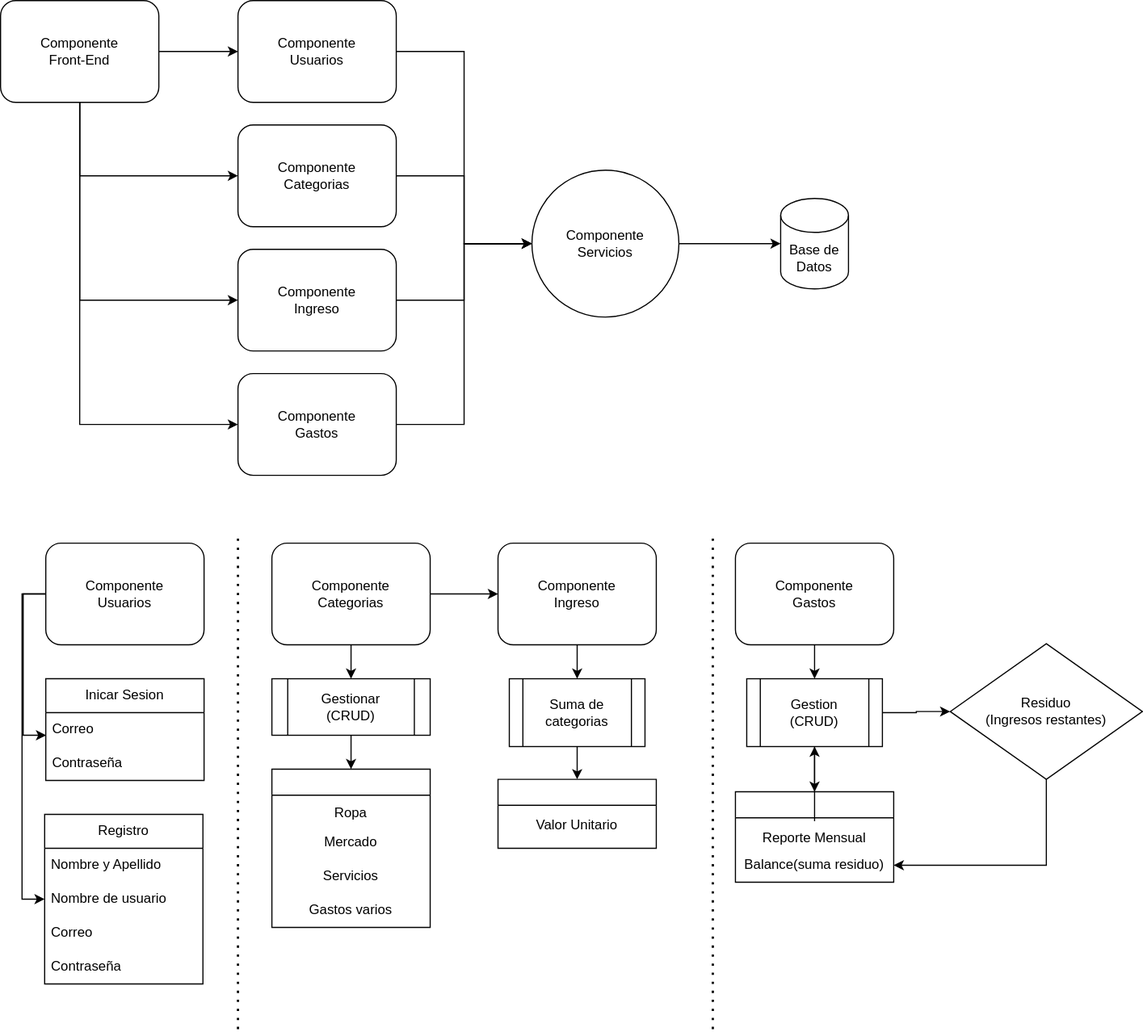
Earlier version of the draw.io export Aplicacion_gastos.drawio.svg (Manuekle/architecture). Source tidied: cells renumbered, new cells last; positions are measured from the earlier drawing's top-left corner, leaving out a move shared by most shapes.
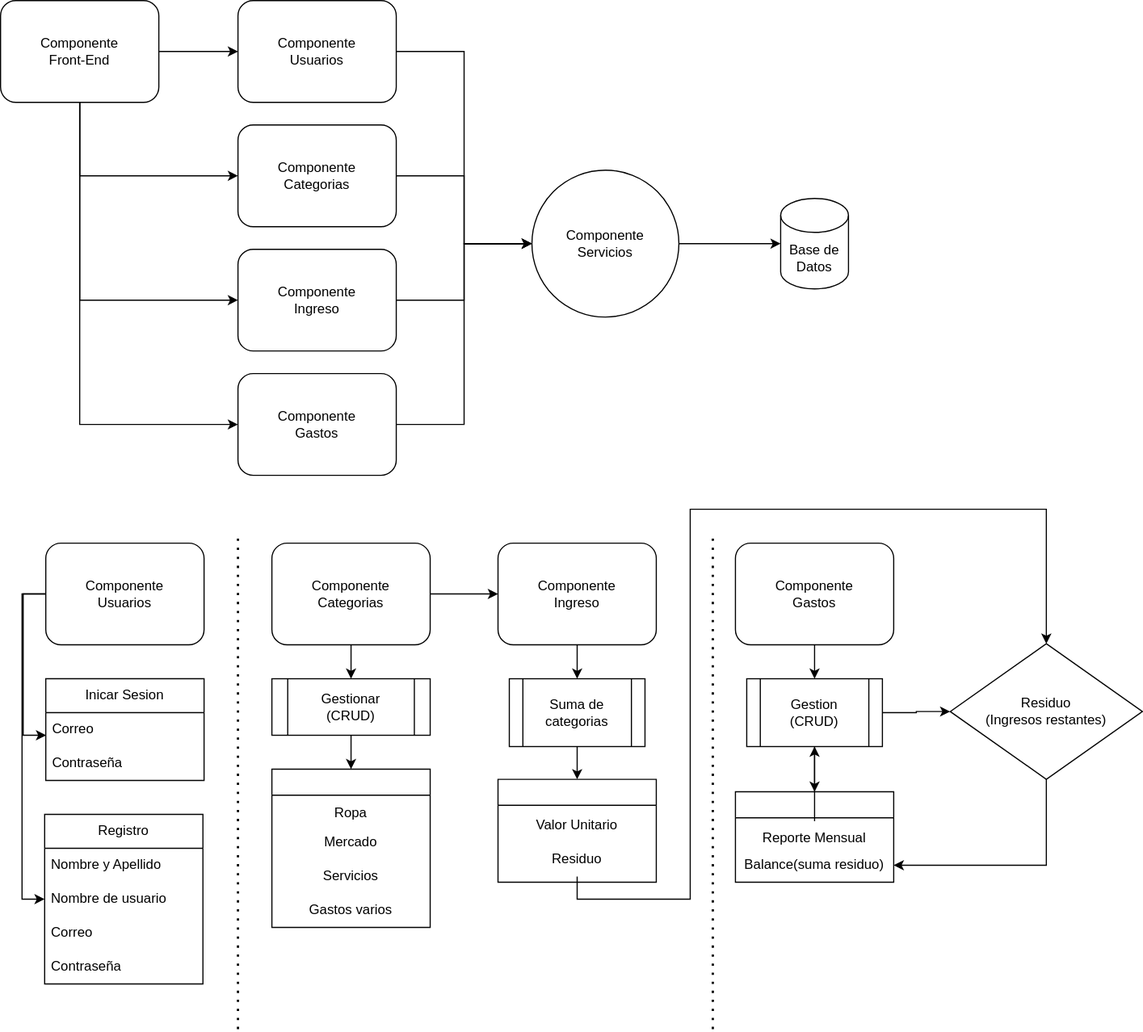
After the commit.

What changed in the source:
```diff
@@ -171,10 +171,23 @@
       </mxGeometry>
     </mxCell>
     <mxCell id="56" style="swimlane;whiteSpace=wrap;html=1;" parent="1" vertex="1">
-      <mxGeometry x="440" y="689" width="140" height="61" as="geometry" />
+      <mxGeometry x="440" y="689" width="140" height="91" as="geometry" />
     </mxCell>
     <mxCell id="57" value="Valor Unitario" style="text;html=1;strokeColor=none;fillColor=none;align=center;verticalAlign=middle;whiteSpace=wrap;rounded=0;" parent="56" vertex="1">
       <mxGeometry y="26" width="140" height="30" as="geometry" />
     </mxCell>
+    <mxCell id="58" value="Residuo" style="text;html=1;strokeColor=none;fillColor=none;align=center;verticalAlign=middle;whiteSpace=wrap;rounded=0;" parent="56" vertex="1">
+      <mxGeometry y="56" width="140" height="30" as="geometry" />
+    </mxCell>
+    <mxCell id="59" style="edgeStyle=orthogonalEdgeStyle;rounded=0;jettySize=auto;html=1;exitX=0.5;exitY=1;exitDx=0;exitDy=0;entryX=0.5;entryY=0;entryDx=0;entryDy=0;" parent="1" edge="1" source="58" target="52">
+      <mxGeometry relative="1" as="geometry">
+        <Array as="points">
+          <mxPoint x="510" y="795" />
+          <mxPoint x="610" y="795" />
+          <mxPoint x="610" y="450" />
+          <mxPoint x="925" y="450" />
+        </Array>
+      </mxGeometry>
+    </mxCell>
   </root>
 </mxGraphModel>
```
